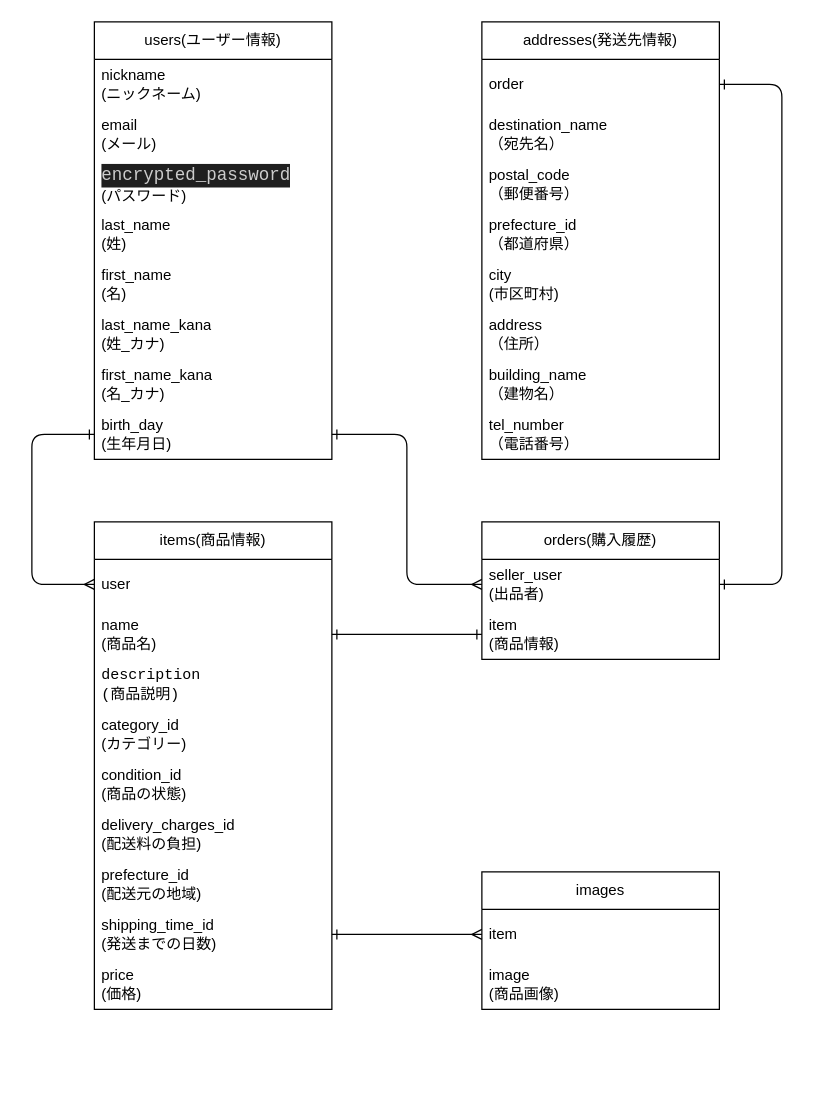
Yasuhisa-O/furima-39656 keeps this draw.io diagram as db.dio. Above is the earlier version. Source tidied: cells renumbered, new cells numbered last; positions are measured from the earlier drawing's top-left corner, leaving out a move shared by most shapes. Both pictures are drawn from the tidied source at 125%, with x=0, y=0 at pixel (31, 21).
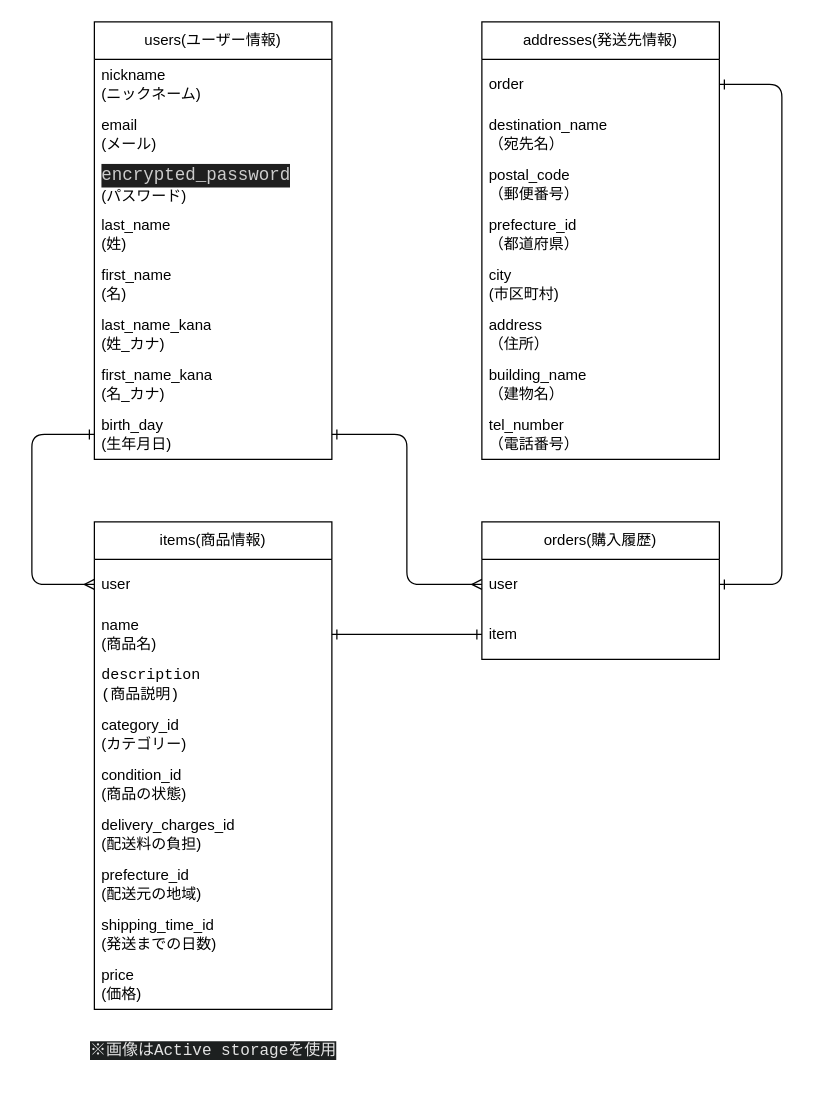
The same diagram, later.

Commit message (it also covers changes not shown here):
Active Storageの書き方などを修正

<修正したER図>
https://i.gyazo.com/a810afc70ec8f4e3b3cfc9fc75a1d264.png

Unchanged cells that the change refers to:
```xml
<mxCell id="19" value="shipping_time_id&lt;br&gt;(発送までの日数)" style="text;strokeColor=none;fillColor=none;align=left;verticalAlign=middle;spacingLeft=4;spacingRight=4;overflow=hidden;points=[[0,0.5],[1,0.5]];portConstraint=eastwest;whiteSpace=wrap;html=1;" parent="11" vertex="1">
  <mxGeometry y="310" width="190" height="40" as="geometry" />
</mxCell>
<mxCell id="34" value="orders(購入履歴)" style="swimlane;fontStyle=0;horizontal=1;startSize=30;whiteSpace=wrap;html=1;" parent="1" vertex="1">
  <mxGeometry x="360" y="400" width="190" height="110" as="geometry" />
</mxCell>
```

Diff of the diagram source:
```diff
@@
-    <mxCell id="31" value="images" style="swimlane;fontStyle=0;horizontal=1;startSize=30;whiteSpace=wrap;html=1;" parent="1" vertex="1">
-      <mxGeometry x="360" y="680" width="190" height="110" as="geometry" />
-    </mxCell>
-    <mxCell id="32" value="item" style="text;strokeColor=none;fillColor=none;align=left;verticalAlign=middle;spacingLeft=4;spacingRight=4;overflow=hidden;points=[[0,0.5],[1,0.5]];portConstraint=eastwest;whiteSpace=wrap;html=1;" parent="31" vertex="1">
-      <mxGeometry y="30" width="190" height="40" as="geometry" />
-    </mxCell>
-    <mxCell id="33" value="image&lt;br&gt;(商品画像)" style="text;strokeColor=none;fillColor=none;align=left;verticalAlign=middle;spacingLeft=4;spacingRight=4;overflow=hidden;whiteSpace=wrap;html=1;" parent="31" vertex="1">
-      <mxGeometry y="70" width="190" height="40" as="geometry" />
-    </mxCell>
@@
-    <mxCell id="35" value="&lt;div style=&quot;text-align: center;&quot;&gt;&lt;/div&gt;seller_user&lt;br&gt;(出品者)" style="text;strokeColor=none;fillColor=none;align=left;verticalAlign=middle;spacingLeft=4;spacingRight=4;overflow=hidden;points=[[0,0.5],[1,0.5]];portConstraint=eastwest;whiteSpace=wrap;html=1;" parent="34" vertex="1">
+    <mxCell id="35" value="&lt;div style=&quot;text-align: center;&quot;&gt;&lt;/div&gt;user" style="text;strokeColor=none;fillColor=none;align=left;verticalAlign=middle;spacingLeft=4;spacingRight=4;overflow=hidden;points=[[0,0.5],[1,0.5]];portConstraint=eastwest;whiteSpace=wrap;html=1;" parent="34" vertex="1">
       <mxGeometry y="30" width="190" height="40" as="geometry" />
     </mxCell>
-    <mxCell id="36" value="item&lt;br&gt;&lt;span style=&quot;text-align: center;&quot;&gt;(商品情報)&lt;/span&gt;" style="text;strokeColor=none;fillColor=none;align=left;verticalAlign=middle;spacingLeft=4;spacingRight=4;overflow=hidden;points=[[0,0.5],[1,0.5]];portConstraint=eastwest;whiteSpace=wrap;html=1;" parent="34" vertex="1">
+    <mxCell id="36" value="item" style="text;strokeColor=none;fillColor=none;align=left;verticalAlign=middle;spacingLeft=4;spacingRight=4;overflow=hidden;points=[[0,0.5],[1,0.5]];portConstraint=eastwest;whiteSpace=wrap;html=1;" parent="34" vertex="1">
       <mxGeometry y="70" width="190" height="40" as="geometry" />
     </mxCell>
@@
-    <mxCell id="39" style="edgeStyle=none;html=1;exitX=0;exitY=0.5;exitDx=0;exitDy=0;entryX=1;entryY=0.5;entryDx=0;entryDy=0;startArrow=ERmany;startFill=0;endArrow=ERone;endFill=0;" parent="1" edge="1" source="32" target="19">
-      <mxGeometry relative="1" as="geometry" />
-    </mxCell>
@@
+    <mxCell id="41" value="&lt;div style=&quot;text-align: start;&quot;&gt;&lt;font face=&quot;SFMono-Regular, Consolas, Liberation Mono, Menlo, Courier, monospace&quot; color=&quot;#e3e3e3&quot;&gt;&lt;span style=&quot;font-size: 12.8px; font-weight: 400; background-color: rgb(29, 32, 32);&quot;&gt;※画像はActive storageを使用&lt;/span&gt;&lt;/font&gt;&lt;/div&gt;" style="text;strokeColor=none;fillColor=none;html=1;fontSize=24;fontStyle=1;verticalAlign=middle;align=center;" parent="1" vertex="1">
+      <mxGeometry x="95" y="800" width="100" height="40" as="geometry" />
+    </mxCell>
```
